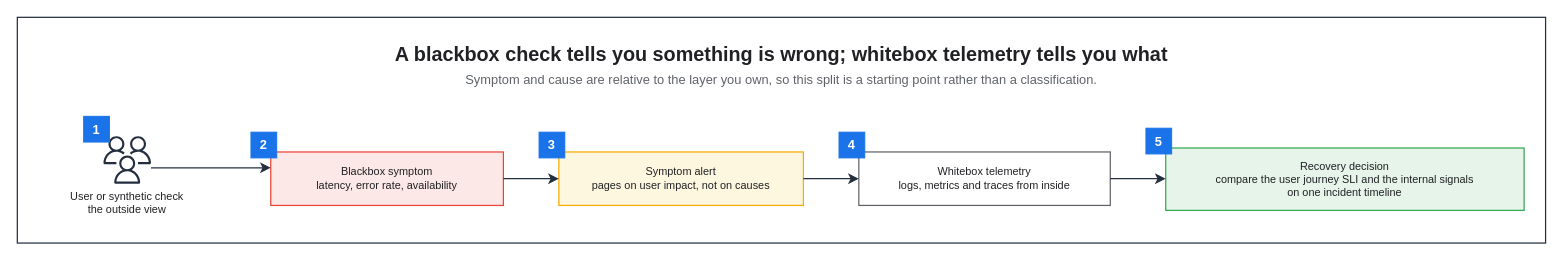
KKamJi98/kkamji98.github.io keeps this draw.io diagram as assets/img/observability/blackbox-whitebox-flow.drawio. Above is the earlier version. Source tidied: cells renumbered, new cells numbered last; positions are measured from the earlier drawing's top-left corner, leaving out a move shared by most shapes. Both pictures are drawn from the tidied source at 99%, with x=0, y=0 at pixel (17, 17).
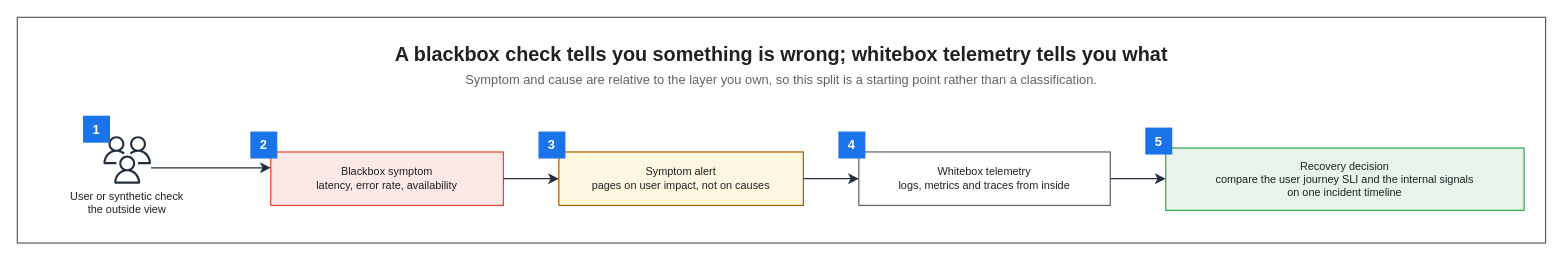
Above is the later version.

Change to the diagram source:
```diff
@@
 <mxGraphModel background="#FFFFFF">
   <root>
     <mxCell id="0" />
     <mxCell id="1" parent="0" />
-    <mxCell id="2" style="rounded=0;html=0;fillColor=none;strokeColor=#232F3E;fontColor=#202124;strokeWidth=1.25;" parent="1" vertex="1">
+    <mxCell id="2" style="rounded=0;html=0;fillColor=none;strokeColor=#5F6368;fontColor=#202124;strokeWidth=1.25;" parent="1" vertex="1">
       <mxGeometry width="1543.7" height="228" as="geometry" />
     </mxCell>
     <mxCell id="3" value="A blackbox check tells you something is wrong; whitebox telemetry tells you what" style="text;html=0;whiteSpace=wrap;fillColor=none;strokeColor=none;fontColor=#202124;fontSize=20;fontStyle=1;align=center;verticalAlign=middle;" parent="1" vertex="1">
       <mxGeometry x="22" y="22" width="1499.7" height="30" as="geometry" />
     </mxCell>
     <mxCell id="4" value="Symptom and cause are relative to the layer you own, so this split is a starting point rather than a classification." style="text;html=0;whiteSpace=wrap;fillColor=none;strokeColor=none;fontColor=#5F6368;fontSize=13;fontStyle=0;align=center;verticalAlign=middle;" parent="1" vertex="1">
       <mxGeometry x="22" y="52" width="1499.7" height="22" as="geometry" />
     </mxCell>
     <mxCell id="5" value="User or synthetic check&#10;the outside view" style="sketch=0;outlineConnect=0;gradientColor=none;html=0;whiteSpace=nowrap;fontSize=11;fontStyle=0;fontColor=#202124;verticalLabelPosition=bottom;verticalAlign=top;align=center;labelBackgroundColor=none;fillColor=#232F3E;strokeColor=none;dashed=0;shape=mxgraph.aws4.users;" parent="1" vertex="1">
       <mxGeometry x="87" y="120" width="48" height="48" as="geometry" />
     </mxCell>
     <mxCell id="6" value="Blackbox symptom&#10;latency, error rate, availability" style="rounded=0;whiteSpace=wrap;html=0;fillColor=#FCE8E6;strokeColor=#EA4335;fontColor=#202124;fontSize=11;fontStyle=0;align=center;verticalAlign=middle;spacingLeft=6;spacingRight=6;strokeWidth=1.25;" parent="1" vertex="1">
       <mxGeometry x="256" y="136" width="235" height="54" as="geometry" />
     </mxCell>
-    <mxCell id="7" value="Symptom alert&#10;pages on user impact, not on causes" style="rounded=0;whiteSpace=wrap;html=0;fillColor=#FEF7E0;strokeColor=#F9AB00;fontColor=#202124;fontSize=11;fontStyle=0;align=center;verticalAlign=middle;spacingLeft=6;spacingRight=6;strokeWidth=1.25;" parent="1" vertex="1">
+    <mxCell id="7" value="Symptom alert&#10;pages on user impact, not on causes" style="rounded=0;whiteSpace=wrap;html=0;fillColor=#FEF7E0;strokeColor=#B06000;fontColor=#202124;fontSize=11;fontStyle=0;align=center;verticalAlign=middle;spacingLeft=6;spacingRight=6;strokeWidth=1.25;" parent="1" vertex="1">
       <mxGeometry x="547" y="136" width="247" height="54" as="geometry" />
     </mxCell>
     <mxCell id="8" value="Whitebox telemetry&#10;logs, metrics and traces from inside" style="rounded=0;whiteSpace=wrap;html=0;fillColor=#FFFFFF;strokeColor=#5F6368;fontColor=#202124;fontSize=11;fontStyle=0;align=center;verticalAlign=middle;spacingLeft=6;spacingRight=6;strokeWidth=1.25;" parent="1" vertex="1">
       <mxGeometry x="850" y="136" width="254" height="54" as="geometry" />
     </mxCell>
     <mxCell id="9" value="Recovery decision&#10;compare the user journey SLI and the internal signals&#10;on one incident timeline" style="rounded=0;whiteSpace=wrap;html=0;fillColor=#E6F4EA;strokeColor=#34A853;fontColor=#202124;fontSize=11;fontStyle=0;align=center;verticalAlign=middle;spacingLeft=6;spacingRight=6;strokeWidth=1.25;" parent="1" vertex="1">
       <mxGeometry x="1160" y="132" width="362" height="63" as="geometry" />
     </mxCell>
-    <mxCell id="10" value="1" style="rounded=0;whiteSpace=wrap;html=0;fillColor=#1A73E8;strokeColor=#1A73E8;fontColor=#FFFFFF;fontSize=13;fontStyle=1;align=center;verticalAlign=middle;" parent="1" vertex="1">
+    <mxCell id="10" value="1" style="rounded=0;whiteSpace=wrap;html=0;fillColor=#1A73E8;strokeColor=#1A73E8;fontColor=#FFFFFF;fontSize=13;fontStyle=1;align=center;verticalAlign=middle;strokeWidth=1.25;" parent="1" vertex="1">
       <mxGeometry x="67" y="100" width="26" height="26" as="geometry" />
     </mxCell>
-    <mxCell id="11" value="2" style="rounded=0;whiteSpace=wrap;html=0;fillColor=#1A73E8;strokeColor=#1A73E8;fontColor=#FFFFFF;fontSize=13;fontStyle=1;align=center;verticalAlign=middle;" parent="1" vertex="1">
+    <mxCell id="11" value="2" style="rounded=0;whiteSpace=wrap;html=0;fillColor=#1A73E8;strokeColor=#1A73E8;fontColor=#FFFFFF;fontSize=13;fontStyle=1;align=center;verticalAlign=middle;strokeWidth=1.25;" parent="1" vertex="1">
       <mxGeometry x="236" y="116" width="26" height="26" as="geometry" />
     </mxCell>
-    <mxCell id="12" value="3" style="rounded=0;whiteSpace=wrap;html=0;fillColor=#1A73E8;strokeColor=#1A73E8;fontColor=#FFFFFF;fontSize=13;fontStyle=1;align=center;verticalAlign=middle;" parent="1" vertex="1">
+    <mxCell id="12" value="3" style="rounded=0;whiteSpace=wrap;html=0;fillColor=#1A73E8;strokeColor=#1A73E8;fontColor=#FFFFFF;fontSize=13;fontStyle=1;align=center;verticalAlign=middle;strokeWidth=1.25;" parent="1" vertex="1">
       <mxGeometry x="527" y="116" width="26" height="26" as="geometry" />
     </mxCell>
-    <mxCell id="13" value="4" style="rounded=0;whiteSpace=wrap;html=0;fillColor=#1A73E8;strokeColor=#1A73E8;fontColor=#FFFFFF;fontSize=13;fontStyle=1;align=center;verticalAlign=middle;" parent="1" vertex="1">
+    <mxCell id="13" value="4" style="rounded=0;whiteSpace=wrap;html=0;fillColor=#1A73E8;strokeColor=#1A73E8;fontColor=#FFFFFF;fontSize=13;fontStyle=1;align=center;verticalAlign=middle;strokeWidth=1.25;" parent="1" vertex="1">
       <mxGeometry x="830" y="116" width="26" height="26" as="geometry" />
     </mxCell>
-    <mxCell id="14" value="5" style="rounded=0;whiteSpace=wrap;html=0;fillColor=#1A73E8;strokeColor=#1A73E8;fontColor=#FFFFFF;fontSize=13;fontStyle=1;align=center;verticalAlign=middle;" parent="1" vertex="1">
+    <mxCell id="14" value="5" style="rounded=0;whiteSpace=wrap;html=0;fillColor=#1A73E8;strokeColor=#1A73E8;fontColor=#FFFFFF;fontSize=13;fontStyle=1;align=center;verticalAlign=middle;strokeWidth=1.25;" parent="1" vertex="1">
       <mxGeometry x="1140" y="112" width="26" height="26" as="geometry" />
     </mxCell>
     <mxCell id="15" style="edgeStyle=orthogonalEdgeStyle;rounded=0;html=0;strokeColor=#232F3E;strokeWidth=1.25;endArrow=classic;endFill=1;endSize=7;fontSize=11;fontColor=#202124;labelBackgroundColor=none;jettySize=14;exitX=1;exitY=0.6667;entryX=0;entryY=0.2963;exitDx=0;exitDy=0;entryDx=0;entryDy=0;" parent="1" edge="1" source="5" target="6">
       <mxGeometry relative="1" as="geometry" />
     </mxCell>
     <mxCell id="16" style="edgeStyle=orthogonalEdgeStyle;rounded=0;html=0;strokeColor=#232F3E;strokeWidth=1.25;endArrow=classic;endFill=1;endSize=7;fontSize=11;fontColor=#202124;labelBackgroundColor=none;jettySize=14;exitX=1;exitY=0.5;entryX=0;entryY=0.5;exitDx=0;exitDy=0;entryDx=0;entryDy=0;" parent="1" edge="1" source="6" target="7">
       <mxGeometry relative="1" as="geometry" />
     </mxCell>
     <mxCell id="17" style="edgeStyle=orthogonalEdgeStyle;rounded=0;html=0;strokeColor=#232F3E;strokeWidth=1.25;endArrow=classic;endFill=1;endSize=7;fontSize=11;fontColor=#202124;labelBackgroundColor=none;jettySize=14;exitX=1;exitY=0.5;entryX=0;entryY=0.5;exitDx=0;exitDy=0;entryDx=0;entryDy=0;" parent="1" edge="1" source="7" target="8">
       <mxGeometry relative="1" as="geometry" />
     </mxCell>
     <mxCell id="18" style="edgeStyle=orthogonalEdgeStyle;rounded=0;html=0;strokeColor=#232F3E;strokeWidth=1.25;endArrow=classic;endFill=1;endSize=7;fontSize=11;fontColor=#202124;labelBackgroundColor=none;jettySize=14;exitX=1;exitY=0.5;entryX=0;entryY=0.4921;exitDx=0;exitDy=0;entryDx=0;entryDy=0;" parent="1" edge="1" source="8" target="9">
       <mxGeometry relative="1" as="geometry" />
     </mxCell>
   </root>
 </mxGraphModel>
```
